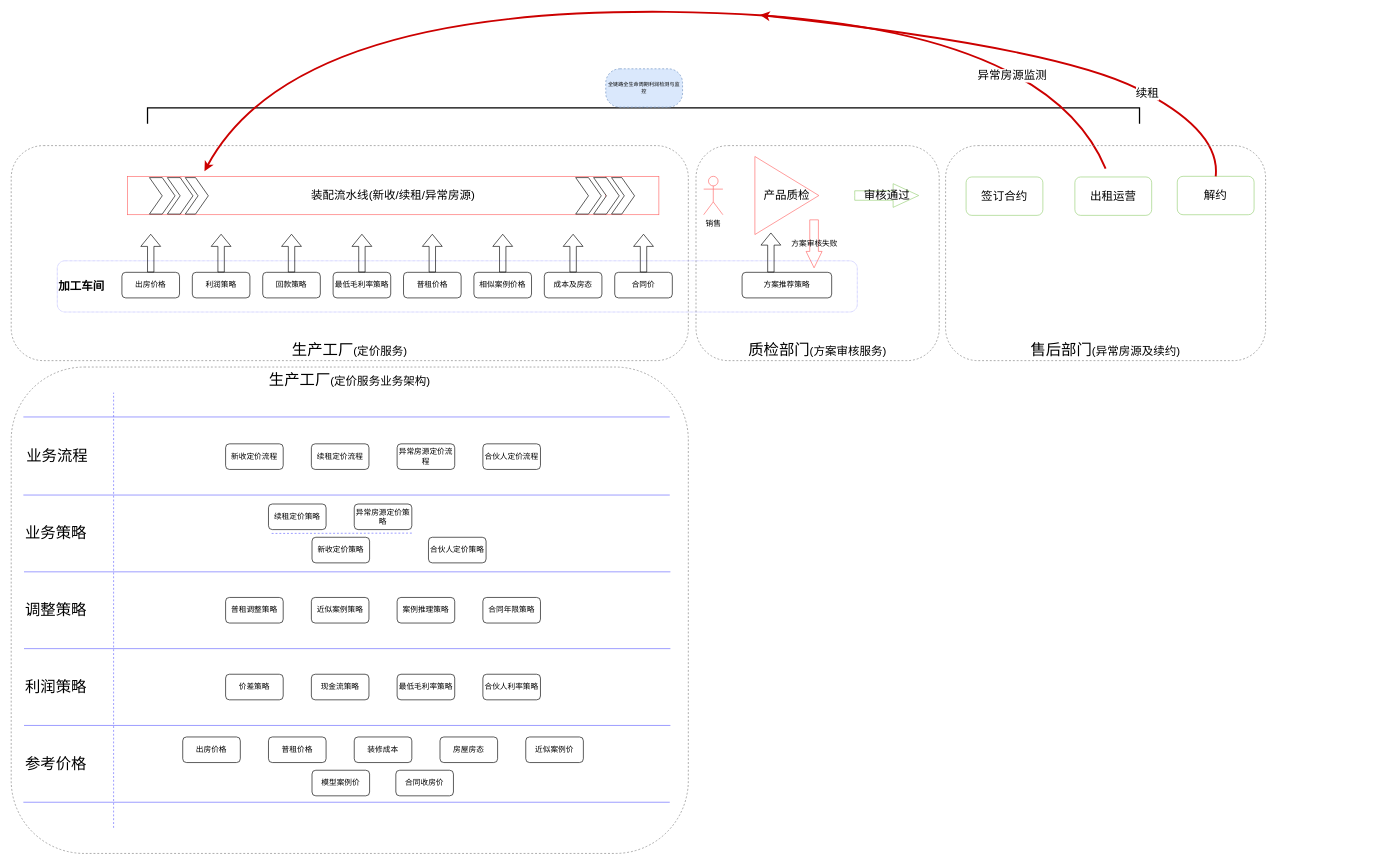
zhuyeqing/tutorials keeps this draw.io diagram as Untitled Diagram.drawio. Above is the earlier version. Source tidied: cells renumbered, new cells numbered last; positions are measured from the earlier drawing's top-left corner, leaving out a move shared by most shapes. Both pictures are drawn from the tidied source at 64%, with x=0, y=0 at pixel (11, -388).
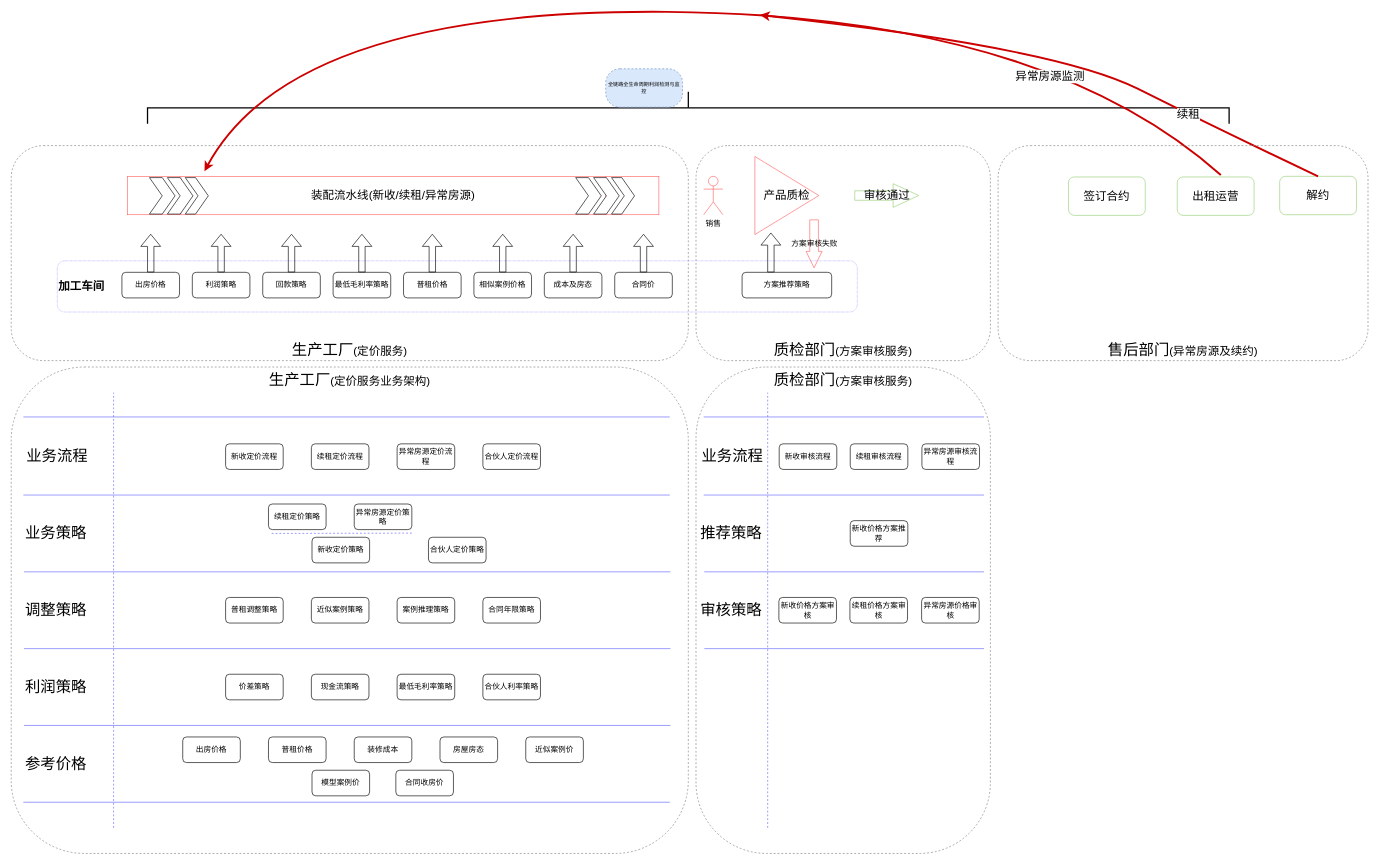
Above is the later version.

Unchanged cells that the change refers to:
```xml
<mxCell id="23" style="swimlane;horizontal=1;fillColor=none;strokeColor=none;stackBorder=10;align=center;points=[];fontColor=#000000;" parent="1" vertex="1">
  <mxGeometry x="206" y="851" width="112" height="100" as="geometry" />
</mxCell>
```

What changed in the source:
```diff
@@
     <mxCell id="4" value="&lt;div&gt;&lt;span style=&quot;font-size: 24px&quot;&gt;质检部门&lt;/span&gt;&lt;span style=&quot;font-size: 18px&quot;&gt;(方案审核服务)&lt;/span&gt;&lt;/div&gt;" style="rounded=1;whiteSpace=wrap;html=1;strokeColor=#808080;strokeWidth=1;fillColor=none;dashed=1;align=center;verticalAlign=bottom;" parent="1" vertex="1">
-      <mxGeometry x="1070" y="834" width="380" height="336" as="geometry" />
+      <mxGeometry x="1070" y="834" width="460" height="336" as="geometry" />
     </mxCell>
@@
     <mxCell id="37" value="&lt;font style=&quot;font-size: 18px&quot;&gt;签订合约&lt;/font&gt;" style="rounded=1;whiteSpace=wrap;html=1;strokeColor=#97D077;strokeWidth=1;fillColor=none;" parent="1" vertex="1">
-      <mxGeometry x="1492" y="883" width="120" height="60" as="geometry" />
+      <mxGeometry x="1652" y="883" width="120" height="60" as="geometry" />
     </mxCell>
     <mxCell id="38" value="&lt;font style=&quot;font-size: 18px&quot;&gt;出租运营&lt;/font&gt;" style="rounded=1;whiteSpace=wrap;html=1;strokeColor=#97D077;strokeWidth=1;fillColor=none;" parent="1" vertex="1">
-      <mxGeometry x="1662" y="883" width="120" height="60" as="geometry" />
+      <mxGeometry x="1822" y="883" width="120" height="60" as="geometry" />
     </mxCell>
     <mxCell id="39" value="&lt;font style=&quot;font-size: 18px&quot;&gt;解约&lt;/font&gt;" style="rounded=1;whiteSpace=wrap;html=1;strokeColor=#97D077;strokeWidth=1;fillColor=none;" parent="1" vertex="1">
-      <mxGeometry x="1822" y="882" width="120" height="60" as="geometry" />
+      <mxGeometry x="1982" y="882" width="120" height="60" as="geometry" />
     </mxCell>
     <mxCell id="40" style="strokeWidth=2;html=1;shape=mxgraph.flowchart.annotation_2;align=center;labelPosition=center;fillColor=none;rotation=90;verticalLabelPosition=middle;verticalAlign=middle;" parent="1" vertex="1">
-      <mxGeometry x="963" width="50" height="1550" as="geometry" />
+      <mxGeometry x="1033" y="-70" width="50" height="1690" as="geometry" />
     </mxCell>
     <mxCell id="41" style="curved=1;endArrow=classic;html=1;entryX=0.857;entryY=0.23;entryDx=0;entryDy=0;entryPerimeter=0;strokeWidth=3;strokeColor=#CC0000;" parent="1" edge="1" target="23">
       <mxGeometry relative="1" as="geometry">
-        <mxPoint x="1710" y="870" as="sourcePoint" />
+        <mxPoint x="1890" y="880" as="sourcePoint" />
         <Array as="points">
           <mxPoint x="1610" y="630" />
           <mxPoint x="440" y="620" />
         </Array>
       </mxGeometry>
     </mxCell>
@@
     <mxCell id="45" value="&lt;div&gt;&lt;span style=&quot;font-size: 24px&quot;&gt;售后部门&lt;/span&gt;&lt;span style=&quot;font-size: 18px&quot;&gt;(异常房源及续约)&lt;/span&gt;&lt;/div&gt;" style="rounded=1;whiteSpace=wrap;html=1;strokeColor=#808080;strokeWidth=1;fillColor=none;dashed=1;align=center;verticalAlign=bottom;" parent="1" vertex="1">
-      <mxGeometry x="1460" y="834" width="500" height="336" as="geometry" />
+      <mxGeometry x="1542" y="834" width="578" height="336" as="geometry" />
     </mxCell>
@@
+    <mxCell id="83" value="&lt;div&gt;&lt;span style=&quot;font-size: 24px&quot;&gt;质检部门&lt;/span&gt;&lt;span style=&quot;font-size: 18px&quot;&gt;(方案审核服务)&lt;/span&gt;&lt;/div&gt;" style="rounded=1;whiteSpace=wrap;html=1;strokeColor=#808080;strokeWidth=1;fillColor=none;dashed=1;align=center;verticalAlign=top;arcSize=24;" parent="1" vertex="1">
+      <mxGeometry x="1070" y="1180" width="460" height="760" as="geometry" />
+    </mxCell>
+    <mxCell id="84" style="endArrow=none;html=1;strokeColor=#6666FF;strokeWidth=1;fontSize=2;" parent="1" edge="1">
+      <mxGeometry relative="1" as="geometry">
+        <mxPoint x="1082" y="1258" as="sourcePoint" />
+        <mxPoint x="1520" y="1258" as="targetPoint" />
+      </mxGeometry>
+    </mxCell>
+    <mxCell id="85" style="endArrow=none;html=1;strokeColor=#6666FF;strokeWidth=1;fontSize=2;" parent="1" edge="1">
+      <mxGeometry relative="1" as="geometry">
+        <mxPoint x="1082" y="1380" as="sourcePoint" />
+        <mxPoint x="1520" y="1380" as="targetPoint" />
+      </mxGeometry>
+    </mxCell>
+    <mxCell id="86" style="endArrow=none;html=1;strokeColor=#6666FF;strokeWidth=1;fontSize=2;" parent="1" edge="1">
+      <mxGeometry relative="1" as="geometry">
+        <mxPoint x="1083" y="1500" as="sourcePoint" />
+        <mxPoint x="1520" y="1500" as="targetPoint" />
+      </mxGeometry>
+    </mxCell>
+    <mxCell id="87" style="endArrow=none;html=1;strokeColor=#6666FF;strokeWidth=1;fontSize=2;" parent="1" edge="1">
+      <mxGeometry relative="1" as="geometry">
+        <mxPoint x="1083" y="1620" as="sourcePoint" />
+        <mxPoint x="1520" y="1620" as="targetPoint" />
+      </mxGeometry>
+    </mxCell>
+    <mxCell id="88" style="endArrow=none;dashed=1;html=1;strokeColor=#6666FF;strokeWidth=1;fontSize=2;" parent="1" edge="1">
+      <mxGeometry relative="1" as="geometry">
+        <mxPoint x="1182" y="1900" as="sourcePoint" />
+        <mxPoint x="1182" y="1220" as="targetPoint" />
+      </mxGeometry>
+    </mxCell>
+    <mxCell id="89" value="&lt;font style=&quot;font-size: 24px&quot;&gt;审核策略&lt;/font&gt;" style="text;html=1;strokeColor=none;fillColor=none;align=center;verticalAlign=middle;whiteSpace=wrap;rounded=0;dashed=1;fontSize=8;" parent="1" vertex="1">
+      <mxGeometry x="1075" y="1550" width="100" height="20" as="geometry" />
+    </mxCell>
+    <mxCell id="90" value="&lt;font style=&quot;font-size: 24px&quot;&gt;推荐策略&lt;/font&gt;" style="text;html=1;strokeColor=none;fillColor=none;align=center;verticalAlign=middle;whiteSpace=wrap;rounded=0;dashed=1;fontSize=8;" parent="1" vertex="1">
+      <mxGeometry x="1075" y="1430" width="100" height="20" as="geometry" />
+    </mxCell>
+    <mxCell id="91" value="&lt;font style=&quot;font-size: 24px&quot;&gt;业务流程&lt;/font&gt;" style="text;html=1;strokeColor=none;fillColor=none;align=center;verticalAlign=middle;whiteSpace=wrap;rounded=0;dashed=1;fontSize=8;" parent="1" vertex="1">
+      <mxGeometry x="1077" y="1310" width="100" height="20" as="geometry" />
+    </mxCell>
+    <mxCell id="92" value="新收审核流程" style="rounded=1;whiteSpace=wrap;html=1;" parent="1" vertex="1">
+      <mxGeometry x="1200" y="1300" width="90" height="40" as="geometry" />
+    </mxCell>
+    <mxCell id="93" value="续租审核流程" style="rounded=1;whiteSpace=wrap;html=1;" parent="1" vertex="1">
+      <mxGeometry x="1311" y="1300" width="90" height="40" as="geometry" />
+    </mxCell>
+    <mxCell id="94" value="异常房源审核流程" style="rounded=1;whiteSpace=wrap;html=1;" parent="1" vertex="1">
+      <mxGeometry x="1423" y="1300" width="90" height="40" as="geometry" />
+    </mxCell>
+    <mxCell id="95" value="新收价格方案审核" style="rounded=1;whiteSpace=wrap;html=1;" parent="1" vertex="1">
+      <mxGeometry x="1199.5" y="1540" width="90" height="40" as="geometry" />
+    </mxCell>
+    <mxCell id="96" value="续租价格方案审核" style="rounded=1;whiteSpace=wrap;html=1;" parent="1" vertex="1">
+      <mxGeometry x="1310.5" y="1540" width="90" height="40" as="geometry" />
+    </mxCell>
+    <mxCell id="97" value="异常房源价格审核" style="rounded=1;whiteSpace=wrap;html=1;" parent="1" vertex="1">
+      <mxGeometry x="1422.5" y="1540" width="90" height="40" as="geometry" />
+    </mxCell>
+    <mxCell id="98" value="新收价格方案推荐" style="rounded=1;whiteSpace=wrap;html=1;" parent="1" vertex="1">
+      <mxGeometry x="1311" y="1420" width="90" height="40" as="geometry" />
+    </mxCell>
```
